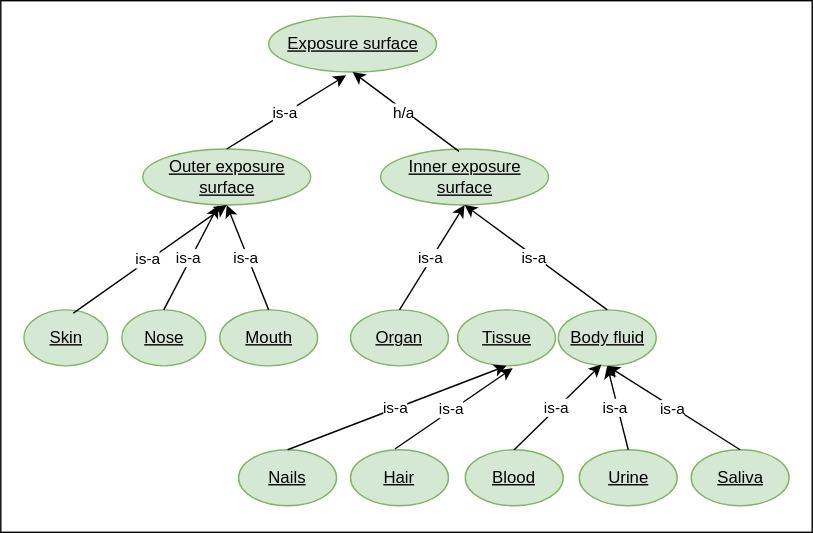
This is diagrams/sub-group-exposure-surface.drawio.svg from eu-parc/aggregate-exposure-modelling, a draw.io export, as it was before one commit. Source tidied: cells renumbered, new cells last; positions are measured from the earlier drawing's top-left corner, leaving out a move shared by most shapes.
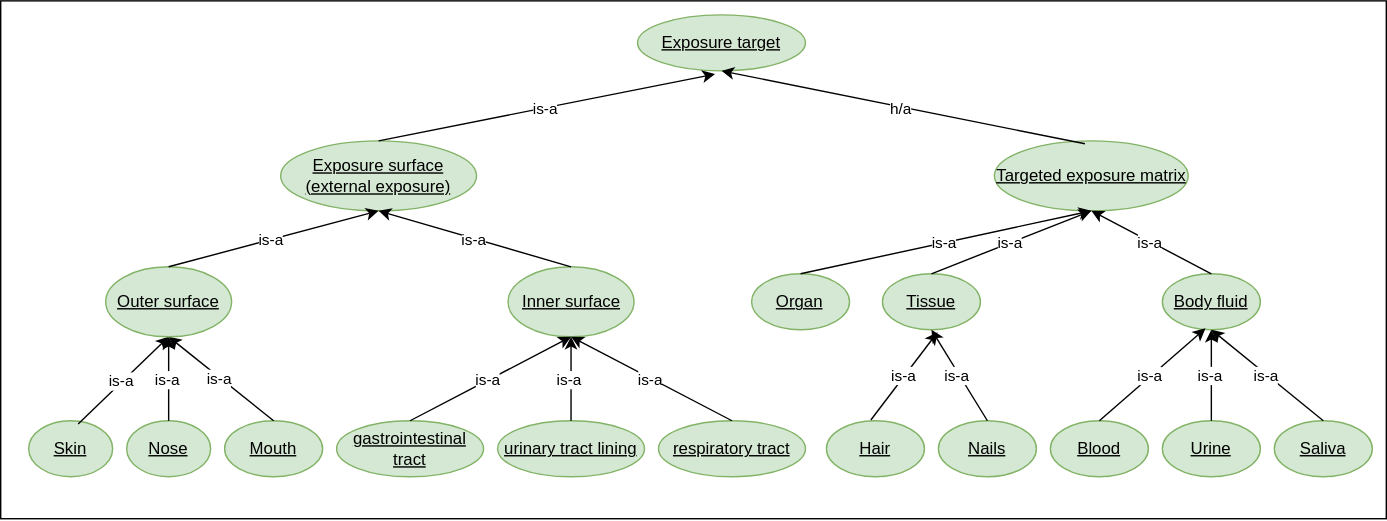
The same diagram one commit later.

The edit, as a diff of the source:
```diff
@@ -3,16 +3,16 @@
     <mxCell id="0" />
     <mxCell id="1" parent="0" />
     <mxCell id="2" style="rounded=0;whiteSpace=wrap;html=1;" parent="1" vertex="1">
-      <mxGeometry width="580" height="380" as="geometry" />
+      <mxGeometry x="-320" y="-10" width="990" height="370" as="geometry" />
     </mxCell>
-    <mxCell id="3" value="Inner exposure surface" style="ellipse;whiteSpace=wrap;html=1;fillColor=#d5e8d4;strokeColor=#82b366;fontStyle=4;fontColor=#000000;" parent="1" vertex="1">
-      <mxGeometry x="271.5" y="106" width="120" height="40" as="geometry" />
+    <mxCell id="3" value="Targeted exposure matrix" style="ellipse;whiteSpace=wrap;html=1;fillColor=#d5e8d4;strokeColor=#82b366;fontStyle=4;fontColor=#000000;" parent="1" vertex="1">
+      <mxGeometry x="390" y="90" width="138.5" height="50" as="geometry" />
     </mxCell>
-    <mxCell id="4" value="Outer exposure surface" style="ellipse;whiteSpace=wrap;html=1;fillColor=#d5e8d4;strokeColor=#82b366;fontStyle=4;fontColor=#000000;" parent="1" vertex="1">
-      <mxGeometry x="101.5" y="106" width="120" height="40" as="geometry" />
+    <mxCell id="4" value="Exposure surface (external exposure)" style="ellipse;whiteSpace=wrap;html=1;fillColor=#d5e8d4;strokeColor=#82b366;fontStyle=4;fontColor=#000000;" parent="1" vertex="1">
+      <mxGeometry x="-120" y="90" width="140" height="50" as="geometry" />
     </mxCell>
-    <mxCell id="5" value="Exposure surface" style="ellipse;whiteSpace=wrap;html=1;fillColor=#d5e8d4;strokeColor=#82b366;fontStyle=4;fontColor=#000000;" parent="1" vertex="1">
-      <mxGeometry x="191.5" y="11" width="120" height="40" as="geometry" />
+    <mxCell id="5" value="Exposure target" style="ellipse;whiteSpace=wrap;html=1;fillColor=#d5e8d4;strokeColor=#82b366;fontStyle=4;fontColor=#000000;" parent="1" vertex="1">
+      <mxGeometry x="135" width="120" height="40" as="geometry" />
     </mxCell>
     <mxCell id="6" style="endArrow=classic;html=1;rounded=0;exitX=0.5;exitY=0;exitDx=0;exitDy=0;entryX=0.461;entryY=1.058;entryDx=0;entryDy=0;entryPerimeter=0;" parent="1" edge="1" source="4" target="5">
       <mxGeometry relative="1" as="geometry" />
@@ -31,21 +31,21 @@
       </mxGeometry>
     </mxCell>
     <mxCell id="10" value="Skin" style="ellipse;whiteSpace=wrap;html=1;fillColor=#d5e8d4;strokeColor=#82b366;fontStyle=4;fontColor=#000000;" parent="1" vertex="1">
-      <mxGeometry x="16.5" y="221" width="60" height="40" as="geometry" />
+      <mxGeometry x="-300" y="290" width="60" height="40" as="geometry" />
     </mxCell>
     <mxCell id="11" value="Mouth" style="ellipse;whiteSpace=wrap;html=1;fillColor=#d5e8d4;strokeColor=#82b366;fontStyle=4;fontColor=#000000;" parent="1" vertex="1">
-      <mxGeometry x="156.5" y="221" width="70" height="40" as="geometry" />
+      <mxGeometry x="-160" y="290" width="70" height="40" as="geometry" />
     </mxCell>
     <mxCell id="12" value="Nose" style="ellipse;whiteSpace=wrap;html=1;fillColor=#d5e8d4;strokeColor=#82b366;fontStyle=4;fontColor=#000000;" parent="1" vertex="1">
-      <mxGeometry x="86.5" y="221" width="60" height="40" as="geometry" />
+      <mxGeometry x="-230" y="290" width="60" height="40" as="geometry" />
     </mxCell>
     <mxCell id="13" value="Organ" style="ellipse;whiteSpace=wrap;html=1;fillColor=#d5e8d4;strokeColor=#82b366;fontStyle=4;fontColor=#000000;" parent="1" vertex="1">
-      <mxGeometry x="250" y="221" width="70" height="40" as="geometry" />
+      <mxGeometry x="216.5" y="185" width="70" height="40" as="geometry" />
     </mxCell>
     <mxCell id="14" value="Body fluid" style="ellipse;whiteSpace=wrap;html=1;fillColor=#d5e8d4;strokeColor=#82b366;fontStyle=4;fontColor=#000000;" parent="1" vertex="1">
-      <mxGeometry x="398.5" y="221" width="70" height="40" as="geometry" />
+      <mxGeometry x="510" y="185" width="70" height="40" as="geometry" />
     </mxCell>
-    <mxCell id="15" style="endArrow=classic;html=1;rounded=0;exitX=0.589;exitY=0.058;exitDx=0;exitDy=0;entryX=0.5;entryY=1;entryDx=0;entryDy=0;exitPerimeter=0;" parent="1" edge="1" source="10" target="4">
+    <mxCell id="15" style="endArrow=classic;html=1;rounded=0;exitX=0.589;exitY=0.058;exitDx=0;exitDy=0;exitPerimeter=0;entryX=0.5;entryY=1;entryDx=0;entryDy=0;" parent="1" edge="1" source="10" target="41">
       <mxGeometry relative="1" as="geometry" />
     </mxCell>
     <mxCell id="16" value="is-a" style="edgeLabel;html=1;align=center;verticalAlign=middle;" parent="15" vertex="1">
@@ -53,7 +53,7 @@
         <mxPoint x="-2" as="offset" />
       </mxGeometry>
     </mxCell>
-    <mxCell id="17" style="endArrow=classic;html=1;rounded=0;exitX=0.5;exitY=0;exitDx=0;exitDy=0;entryX=0.45;entryY=1.008;entryDx=0;entryDy=0;entryPerimeter=0;" parent="1" edge="1" source="12" target="4">
+    <mxCell id="17" style="endArrow=classic;html=1;rounded=0;exitX=0.5;exitY=0;exitDx=0;exitDy=0;entryX=0.5;entryY=1;entryDx=0;entryDy=0;" parent="1" edge="1" source="12" target="41">
       <mxGeometry relative="1" as="geometry" />
     </mxCell>
     <mxCell id="18" value="is-a" style="edgeLabel;html=1;align=center;verticalAlign=middle;" parent="17" vertex="1">
@@ -61,7 +61,7 @@
         <mxPoint x="-2" as="offset" />
       </mxGeometry>
     </mxCell>
-    <mxCell id="19" style="endArrow=classic;html=1;rounded=0;exitX=0.5;exitY=0;exitDx=0;exitDy=0;entryX=0.5;entryY=1;entryDx=0;entryDy=0;" parent="1" edge="1" source="11" target="4">
+    <mxCell id="19" style="endArrow=classic;html=1;rounded=0;exitX=0.5;exitY=0;exitDx=0;exitDy=0;entryX=0.5;entryY=1;entryDx=0;entryDy=0;" parent="1" edge="1" source="11" target="41">
       <mxGeometry relative="1" as="geometry" />
     </mxCell>
     <mxCell id="20" value="is-a" style="edgeLabel;html=1;align=center;verticalAlign=middle;" parent="19" vertex="1">
@@ -86,13 +86,13 @@
       </mxGeometry>
     </mxCell>
     <mxCell id="25" value="Hair" style="ellipse;whiteSpace=wrap;html=1;fillColor=#d5e8d4;strokeColor=#82b366;fontStyle=4;fontColor=#000000;" parent="1" vertex="1">
-      <mxGeometry x="250" y="321" width="70" height="40" as="geometry" />
+      <mxGeometry x="270" y="290" width="70" height="40" as="geometry" />
     </mxCell>
     <mxCell id="26" value="Urine" style="ellipse;whiteSpace=wrap;html=1;fillColor=#d5e8d4;strokeColor=#82b366;fontStyle=4;fontColor=#000000;" parent="1" vertex="1">
-      <mxGeometry x="413.5" y="321" width="70" height="40" as="geometry" />
+      <mxGeometry x="510" y="290" width="70" height="40" as="geometry" />
     </mxCell>
     <mxCell id="27" value="Saliva" style="ellipse;whiteSpace=wrap;html=1;fillColor=#d5e8d4;strokeColor=#82b366;fontStyle=4;fontColor=#000000;" parent="1" vertex="1">
-      <mxGeometry x="493.5" y="321" width="70" height="40" as="geometry" />
+      <mxGeometry x="590" y="290" width="70" height="40" as="geometry" />
     </mxCell>
     <mxCell id="28" style="endArrow=classic;html=1;rounded=0;exitX=0.5;exitY=0;exitDx=0;exitDy=0;entryX=0.5;entryY=1;entryDx=0;entryDy=0;" parent="1" edge="1" source="26" target="14">
       <mxGeometry relative="1" as="geometry" />
@@ -111,7 +111,7 @@
       </mxGeometry>
     </mxCell>
     <mxCell id="32" value="Blood" style="ellipse;whiteSpace=wrap;html=1;fillColor=#d5e8d4;strokeColor=#82b366;fontStyle=4;fontColor=#000000;" parent="1" vertex="1">
-      <mxGeometry x="332" y="321" width="70" height="40" as="geometry" />
+      <mxGeometry x="430" y="290" width="70" height="40" as="geometry" />
     </mxCell>
     <mxCell id="33" style="endArrow=classic;html=1;rounded=0;exitX=0.5;exitY=0;exitDx=0;exitDy=0;entryX=0.44;entryY=0.975;entryDx=0;entryDy=0;entryPerimeter=0;" parent="1" edge="1" source="32" target="14">
       <mxGeometry relative="1" as="geometry" />
@@ -122,10 +122,10 @@
       </mxGeometry>
     </mxCell>
     <mxCell id="35" value="Nails" style="ellipse;whiteSpace=wrap;html=1;fillColor=#d5e8d4;strokeColor=#82b366;fontStyle=4;fontColor=#000000;" parent="1" vertex="1">
-      <mxGeometry x="170" y="321" width="70" height="40" as="geometry" />
+      <mxGeometry x="350" y="290" width="70" height="40" as="geometry" />
     </mxCell>
     <mxCell id="36" value="Tissue" style="ellipse;whiteSpace=wrap;html=1;fillColor=#d5e8d4;strokeColor=#82b366;fontStyle=4;fontColor=#000000;" parent="1" vertex="1">
-      <mxGeometry x="326.5" y="221" width="70" height="40" as="geometry" />
+      <mxGeometry x="310" y="185" width="70" height="40" as="geometry" />
     </mxCell>
     <mxCell id="37" style="endArrow=classic;html=1;rounded=0;exitX=0.453;exitY=-0.014;exitDx=0;exitDy=0;entryX=0.563;entryY=1.042;entryDx=0;entryDy=0;exitPerimeter=0;entryPerimeter=0;" parent="1" edge="1" source="25" target="36">
       <mxGeometry relative="1" as="geometry" />
@@ -143,5 +143,68 @@
         <mxPoint x="-2" as="offset" />
       </mxGeometry>
     </mxCell>
+    <mxCell id="41" value="Outer surface" style="ellipse;whiteSpace=wrap;html=1;fillColor=#d5e8d4;strokeColor=#82b366;fontStyle=4;fontColor=#000000;" parent="1" vertex="1">
+      <mxGeometry x="-245" y="180" width="90" height="50" as="geometry" />
+    </mxCell>
+    <mxCell id="42" value="Inner surface" style="ellipse;whiteSpace=wrap;html=1;fillColor=#d5e8d4;strokeColor=#82b366;fontStyle=4;fontColor=#000000;" parent="1" vertex="1">
+      <mxGeometry x="42.5" y="180" width="90" height="50" as="geometry" />
+    </mxCell>
+    <mxCell id="43" style="endArrow=classic;html=1;rounded=0;exitX=0.5;exitY=0;exitDx=0;exitDy=0;entryX=0.5;entryY=1;entryDx=0;entryDy=0;" parent="1" edge="1" source="41" target="4">
+      <mxGeometry relative="1" as="geometry" />
+    </mxCell>
+    <mxCell id="44" value="is-a" style="edgeLabel;html=1;align=center;verticalAlign=middle;" parent="43" vertex="1">
+      <mxGeometry relative="1" as="geometry">
+        <mxPoint x="-2" as="offset" />
+      </mxGeometry>
+    </mxCell>
+    <mxCell id="45" style="endArrow=classic;html=1;rounded=0;exitX=0.5;exitY=0;exitDx=0;exitDy=0;entryX=0.5;entryY=1;entryDx=0;entryDy=0;" parent="1" edge="1" source="42" target="4">
+      <mxGeometry relative="1" as="geometry" />
+    </mxCell>
+    <mxCell id="46" value="is-a" style="edgeLabel;html=1;align=center;verticalAlign=middle;" parent="45" vertex="1">
+      <mxGeometry relative="1" as="geometry">
+        <mxPoint x="-2" as="offset" />
+      </mxGeometry>
+    </mxCell>
+    <mxCell id="47" value="gastrointestinal tract" style="ellipse;whiteSpace=wrap;html=1;fillColor=#d5e8d4;strokeColor=#82b366;fontStyle=4;fontColor=#000000;" parent="1" vertex="1">
+      <mxGeometry x="-80" y="290" width="105" height="40" as="geometry" />
+    </mxCell>
+    <mxCell id="48" value="respiratory tract" style="ellipse;whiteSpace=wrap;html=1;fillColor=#d5e8d4;strokeColor=#82b366;fontStyle=4;fontColor=#000000;" parent="1" vertex="1">
+      <mxGeometry x="150" y="290" width="105" height="40" as="geometry" />
+    </mxCell>
+    <mxCell id="49" value="urinary tract lining" style="ellipse;whiteSpace=wrap;html=1;fillColor=#d5e8d4;strokeColor=#82b366;fontStyle=4;fontColor=#000000;" parent="1" vertex="1">
+      <mxGeometry x="35" y="290" width="105" height="40" as="geometry" />
+    </mxCell>
+    <mxCell id="50" style="endArrow=classic;html=1;rounded=0;exitX=0.5;exitY=0;exitDx=0;exitDy=0;entryX=0.5;entryY=1;entryDx=0;entryDy=0;" parent="1" edge="1" source="48" target="42">
+      <mxGeometry relative="1" as="geometry" />
+    </mxCell>
+    <mxCell id="51" value="is-a" style="edgeLabel;html=1;align=center;verticalAlign=middle;" parent="50" vertex="1">
+      <mxGeometry relative="1" as="geometry">
+        <mxPoint x="-2" as="offset" />
+      </mxGeometry>
+    </mxCell>
+    <mxCell id="52" style="endArrow=classic;html=1;rounded=0;exitX=0.5;exitY=0;exitDx=0;exitDy=0;entryX=0.5;entryY=1;entryDx=0;entryDy=0;" parent="1" edge="1" source="47" target="42">
+      <mxGeometry relative="1" as="geometry" />
+    </mxCell>
+    <mxCell id="53" value="is-a" style="edgeLabel;html=1;align=center;verticalAlign=middle;" parent="52" vertex="1">
+      <mxGeometry relative="1" as="geometry">
+        <mxPoint x="-2" as="offset" />
+      </mxGeometry>
+    </mxCell>
+    <mxCell id="54" style="endArrow=classic;html=1;rounded=0;exitX=0.5;exitY=0;exitDx=0;exitDy=0;entryX=0.5;entryY=1;entryDx=0;entryDy=0;" parent="1" edge="1" source="49" target="42">
+      <mxGeometry relative="1" as="geometry" />
+    </mxCell>
+    <mxCell id="55" value="is-a" style="edgeLabel;html=1;align=center;verticalAlign=middle;" parent="54" vertex="1">
+      <mxGeometry relative="1" as="geometry">
+        <mxPoint x="-2" as="offset" />
+      </mxGeometry>
+    </mxCell>
+    <mxCell id="56" style="endArrow=classic;html=1;rounded=0;exitX=0.5;exitY=0;exitDx=0;exitDy=0;entryX=0.5;entryY=1;entryDx=0;entryDy=0;" parent="1" edge="1" source="36" target="3">
+      <mxGeometry relative="1" as="geometry" />
+    </mxCell>
+    <mxCell id="57" value="is-a" style="edgeLabel;html=1;align=center;verticalAlign=middle;" parent="56" vertex="1">
+      <mxGeometry relative="1" as="geometry">
+        <mxPoint x="-2" as="offset" />
+      </mxGeometry>
+    </mxCell>
   </root>
 </mxGraphModel>
```
